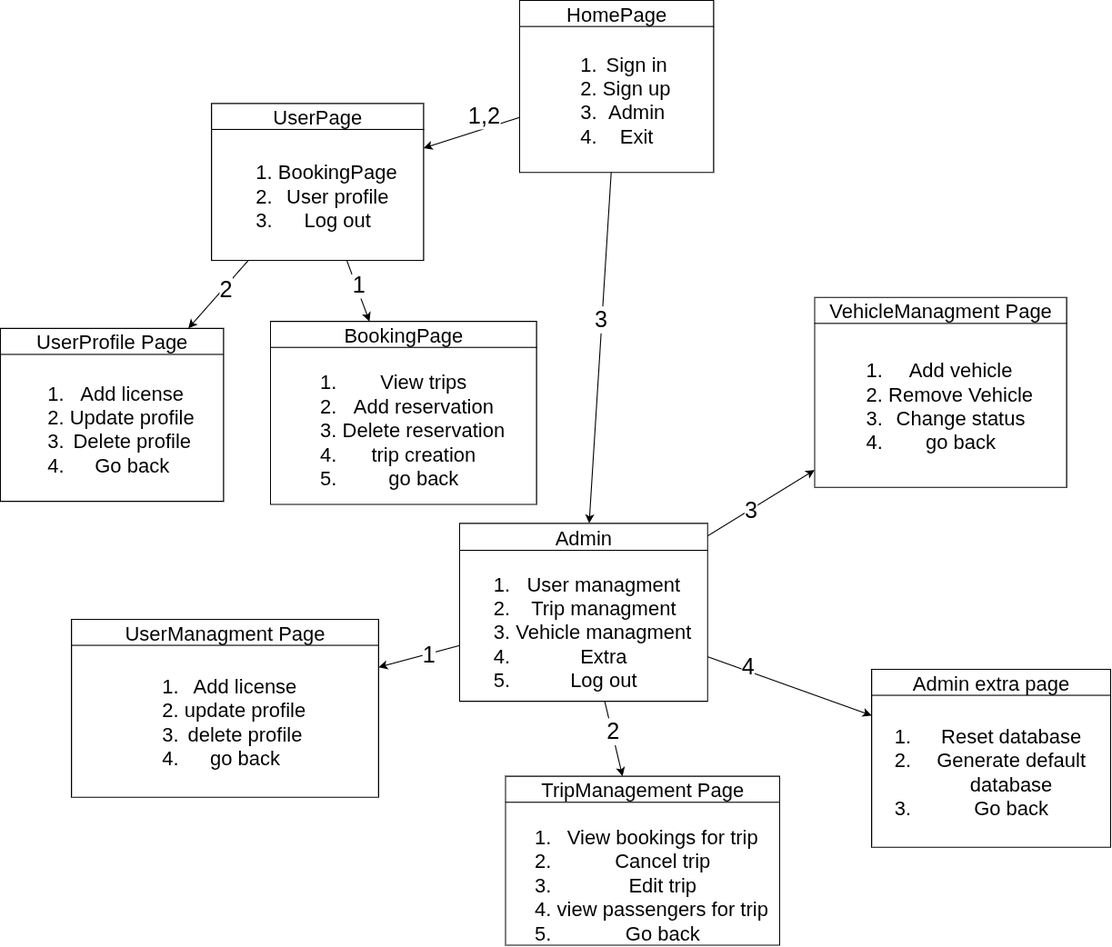
The draw.io diagram docs/Images/PageNavigation_diag.png in TommyAen/SWE-Project, before a commit. Source tidied: cells renumbered, new cells last; positions are measured from the earlier drawing's top-left corner, leaving out a move shared by most shapes.
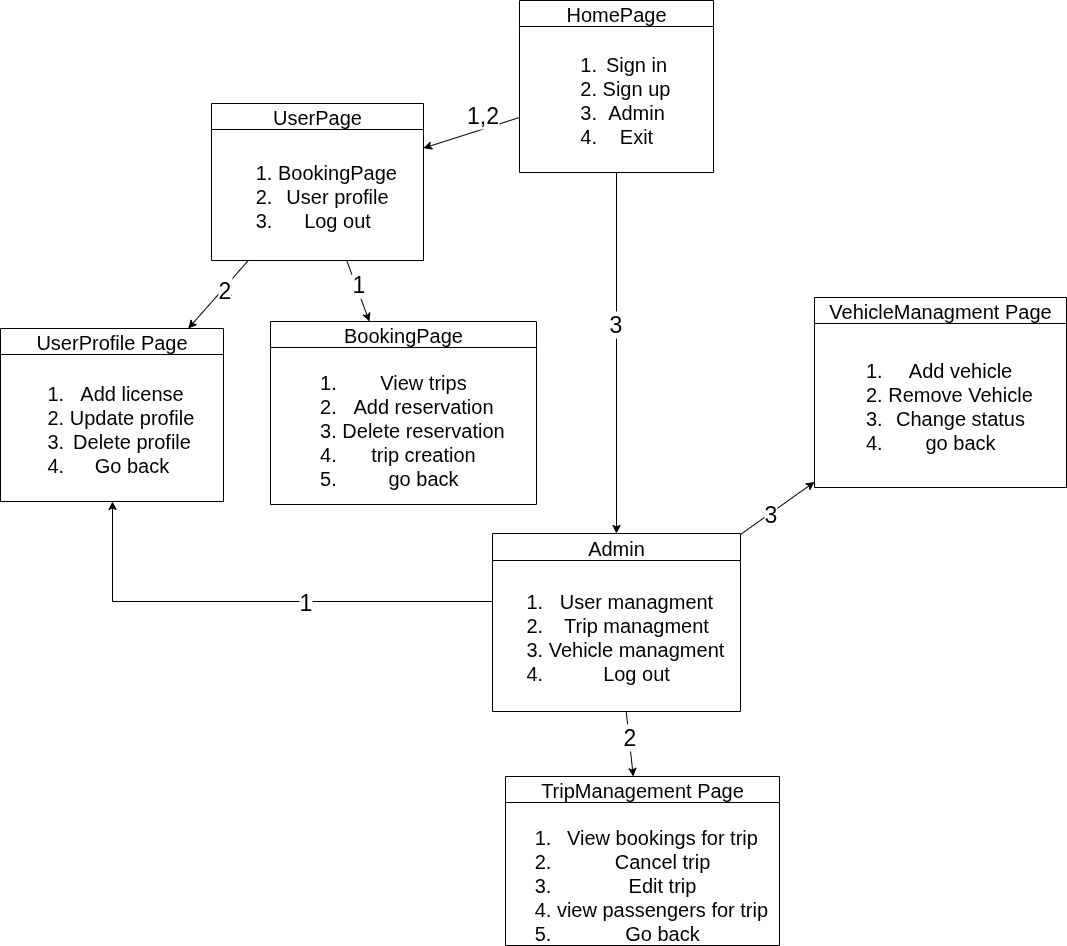
After the commit.

Change to the diagram source:
```diff
@@ -15,9 +15,9 @@
       <mxGeometry y="26" width="212" height="131" as="geometry" />
     </mxCell>
     <mxCell id="6" value="Admin" style="swimlane;fontStyle=0;horizontal=1;startSize=27;fillColor=none;whiteSpace=wrap;html=1;fontSize=20;labelPosition=center;verticalLabelPosition=middle;align=center;verticalAlign=middle;textDirection=ltr;" parent="1" vertex="1">
-      <mxGeometry x="459" y="523" width="248" height="178" as="geometry" />
+      <mxGeometry x="492" y="533" width="248" height="178" as="geometry" />
     </mxCell>
-    <mxCell id="7" value="&lt;ol&gt;&lt;li&gt;&lt;font&gt;User managment&lt;/font&gt;&lt;/li&gt;&lt;li&gt;&lt;font&gt;Trip managment&lt;/font&gt;&lt;/li&gt;&lt;li&gt;&lt;font&gt;Vehicle managment&lt;/font&gt;&lt;/li&gt;&lt;li&gt;&lt;font&gt;Extra&lt;/font&gt;&lt;/li&gt;&lt;li&gt;&lt;font&gt;Log out&lt;/font&gt;&lt;/li&gt;&lt;/ol&gt;" style="text;strokeColor=none;fillColor=none;align=center;verticalAlign=middle;spacingLeft=4;spacingRight=4;overflow=hidden;whiteSpace=wrap;html=1;fontSize=20;labelPosition=center;verticalLabelPosition=middle;textDirection=ltr;" parent="6" vertex="1">
+    <mxCell id="7" value="&lt;ol&gt;&lt;li&gt;&lt;font&gt;User managment&lt;/font&gt;&lt;/li&gt;&lt;li&gt;&lt;font&gt;Trip managment&lt;/font&gt;&lt;/li&gt;&lt;li&gt;&lt;font&gt;Vehicle managment&lt;/font&gt;&lt;/li&gt;&lt;li&gt;&lt;font&gt;Log out&lt;/font&gt;&lt;/li&gt;&lt;/ol&gt;" style="text;strokeColor=none;fillColor=none;align=center;verticalAlign=middle;spacingLeft=4;spacingRight=4;overflow=hidden;whiteSpace=wrap;html=1;fontSize=20;labelPosition=center;verticalLabelPosition=middle;textDirection=ltr;" parent="6" vertex="1">
       <mxGeometry y="27" width="248" height="151" as="geometry" />
     </mxCell>
     <mxCell id="8" style="endArrow=classic;html=1;rounded=0;fontSize=20;labelPosition=center;verticalLabelPosition=middle;align=center;verticalAlign=middle;textDirection=ltr;" parent="1" edge="1" source="2" target="4">
@@ -40,14 +40,12 @@
     <mxCell id="13" value="&lt;ol&gt;&lt;li&gt;&lt;font&gt;View trips&lt;/font&gt;&lt;/li&gt;&lt;li&gt;&lt;font&gt;Add reservation&lt;/font&gt;&lt;/li&gt;&lt;li&gt;&lt;font&gt;Delete reservation&lt;/font&gt;&lt;/li&gt;&lt;li&gt;&lt;font&gt;trip creation&lt;/font&gt;&lt;/li&gt;&lt;li&gt;&lt;font&gt;go back&lt;/font&gt;&lt;/li&gt;&lt;/ol&gt;" style="text;strokeColor=none;fillColor=none;align=center;verticalAlign=middle;spacingLeft=4;spacingRight=4;overflow=hidden;whiteSpace=wrap;html=1;fontSize=20;labelPosition=center;verticalLabelPosition=middle;textDirection=ltr;" parent="12" vertex="1">
       <mxGeometry y="26" width="266" height="157" as="geometry" />
     </mxCell>
-    <mxCell id="14" value="UserManagment Page" style="swimlane;fontStyle=0;horizontal=1;startSize=26;fillColor=none;whiteSpace=wrap;html=1;fontSize=20;labelPosition=center;verticalLabelPosition=middle;align=center;verticalAlign=middle;textDirection=ltr;" parent="1" vertex="1">
-      <mxGeometry x="71" y="619" width="307" height="178" as="geometry" />
-    </mxCell>
-    <mxCell id="15" value="&lt;ol&gt;&lt;li&gt;&lt;font&gt;Add license&lt;/font&gt;&lt;/li&gt;&lt;li&gt;&lt;font&gt;update profile&lt;/font&gt;&lt;/li&gt;&lt;li&gt;&lt;font&gt;delete profile&lt;/font&gt;&lt;/li&gt;&lt;li&gt;&lt;font&gt;go back&lt;/font&gt;&lt;/li&gt;&lt;/ol&gt;" style="text;strokeColor=none;fillColor=none;align=center;verticalAlign=middle;spacingLeft=4;spacingRight=4;overflow=hidden;whiteSpace=wrap;html=1;fontSize=20;labelPosition=center;verticalLabelPosition=middle;textDirection=ltr;" parent="14" vertex="1">
-      <mxGeometry y="26" width="307" height="152" as="geometry" />
-    </mxCell>
-    <mxCell id="16" style="endArrow=classic;html=1;rounded=0;fontSize=20;labelPosition=center;verticalLabelPosition=middle;align=center;verticalAlign=middle;textDirection=ltr;" parent="1" edge="1" source="6" target="14">
-      <mxGeometry relative="1" as="geometry" />
+    <mxCell id="16" style="endArrow=classic;html=1;rounded=0;fontSize=20;labelPosition=center;verticalLabelPosition=middle;align=center;verticalAlign=middle;textDirection=ltr;edgeStyle=orthogonalEdgeStyle;elbow=vertical;" parent="1" edge="1" source="6" target="28">
+      <mxGeometry relative="1" as="geometry">
+        <Array as="points">
+          <mxPoint x="112" y="601" />
+        </Array>
+      </mxGeometry>
     </mxCell>
     <mxCell id="17" value="&lt;font&gt;1&lt;/font&gt;" style="edgeLabel;html=1;align=center;verticalAlign=middle;fontSize=23;labelPosition=center;verticalLabelPosition=middle;textDirection=ltr;" parent="16" vertex="1">
       <mxGeometry x="-0.21" relative="1" as="geometry" />
@@ -64,12 +62,6 @@
     <mxCell id="21" value="&lt;font&gt;3&lt;/font&gt;" style="edgeLabel;html=1;align=center;verticalAlign=middle;fontSize=23;labelPosition=center;verticalLabelPosition=middle;textDirection=ltr;" parent="20" vertex="1">
       <mxGeometry x="-0.21" relative="1" as="geometry" />
     </mxCell>
-    <mxCell id="22" value="Admin extra page" style="swimlane;fontStyle=0;horizontal=1;startSize=26;fillColor=none;whiteSpace=wrap;html=1;fontSize=20;labelPosition=center;verticalLabelPosition=middle;align=center;verticalAlign=middle;textDirection=ltr;" parent="1" vertex="1">
-      <mxGeometry x="871" y="669" width="239" height="178" as="geometry" />
-    </mxCell>
-    <mxCell id="23" value="&lt;div&gt;&lt;ol&gt;&lt;li&gt;&lt;font&gt;Reset database&lt;/font&gt;&lt;/li&gt;&lt;li&gt;&lt;font&gt;Generate default database&lt;/font&gt;&lt;/li&gt;&lt;li&gt;&lt;font&gt;Go back&lt;/font&gt;&lt;/li&gt;&lt;/ol&gt;&lt;/div&gt;" style="text;strokeColor=none;fillColor=none;align=center;verticalAlign=middle;spacingLeft=4;spacingRight=4;overflow=hidden;whiteSpace=wrap;html=1;fontSize=20;labelPosition=center;verticalLabelPosition=middle;textDirection=ltr;" parent="22" vertex="1">
-      <mxGeometry y="26" width="239" height="152" as="geometry" />
-    </mxCell>
     <mxCell id="24" style="endArrow=classic;html=1;rounded=0;fontSize=20;labelPosition=center;verticalLabelPosition=middle;align=center;verticalAlign=middle;textDirection=ltr;" parent="1" edge="1" source="4" target="12">
       <mxGeometry relative="1" as="geometry" />
     </mxCell>
@@ -97,12 +89,6 @@
     <mxCell id="32" value="&lt;font&gt;2&lt;/font&gt;" style="edgeLabel;html=1;align=center;verticalAlign=middle;fontSize=23;labelPosition=center;verticalLabelPosition=middle;textDirection=ltr;" parent="29" vertex="1">
       <mxGeometry x="-0.17" y="1" relative="1" as="geometry" />
     </mxCell>
-    <mxCell id="33" style="endArrow=classic;html=1;rounded=0;fontSize=20;labelPosition=center;verticalLabelPosition=middle;align=center;verticalAlign=middle;textDirection=ltr;" parent="1" edge="1" source="6" target="22">
-      <mxGeometry relative="1" as="geometry" />
-    </mxCell>
-    <mxCell id="34" value="&lt;font&gt;4&lt;/font&gt;" style="edgeLabel;html=1;align=center;verticalAlign=middle;fontSize=23;labelPosition=center;verticalLabelPosition=middle;textDirection=ltr;" parent="33" vertex="1">
-      <mxGeometry x="-0.55" y="5" relative="1" as="geometry" />
-    </mxCell>
     <mxCell id="35" value="TripManagement Page" style="swimlane;fontStyle=0;horizontal=1;startSize=26;fillColor=none;whiteSpace=wrap;html=1;fontSize=20;labelPosition=center;verticalLabelPosition=middle;align=center;verticalAlign=middle;textDirection=ltr;" parent="1" vertex="1">
       <mxGeometry x="505" y="776" width="274" height="169" as="geometry" />
     </mxCell>
```
